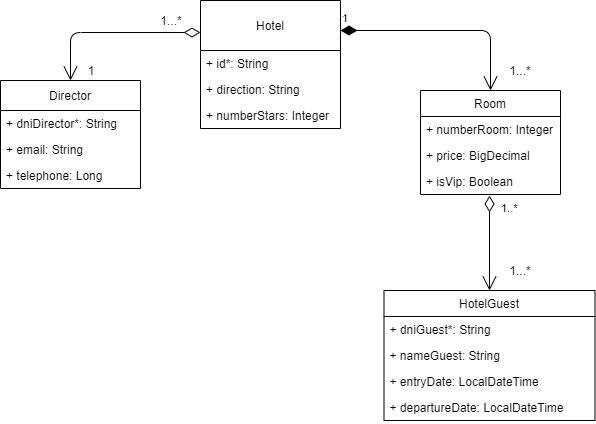
Above: docs/hotel.models.png in miw-upm/apaw-practice (draw.io), before the change. Source tidied: cells renumbered, new cells last; positions are measured from the earlier drawing's top-left corner, leaving out a move shared by most shapes.
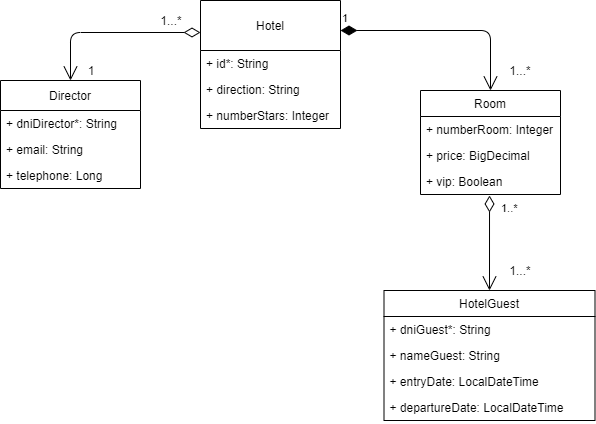
The same diagram one commit later.

Commit message:
Update Hotel UML #25

Change to the diagram source:
```diff
@@ -50,7 +50,7 @@
     <mxCell id="17" value="+ price: BigDecimal" style="text;strokeColor=none;fillColor=none;align=left;verticalAlign=top;spacingLeft=4;spacingRight=4;overflow=hidden;" parent="15" vertex="1">
       <mxGeometry y="52" width="140" height="26" as="geometry" />
     </mxCell>
-    <mxCell id="18" value="+ isVip: Boolean" style="text;strokeColor=none;fillColor=none;align=left;verticalAlign=top;spacingLeft=4;spacingRight=4;overflow=hidden;points=[[0,0.5],[1,0.5]];portConstraint=eastwest;" parent="15" vertex="1">
+    <mxCell id="18" value="+ vip: Boolean" style="text;strokeColor=none;fillColor=none;align=left;verticalAlign=top;spacingLeft=4;spacingRight=4;overflow=hidden;points=[[0,0.5],[1,0.5]];portConstraint=eastwest;" parent="15" vertex="1">
       <mxGeometry y="78" width="140" height="26" as="geometry" />
     </mxCell>
     <mxCell id="19" value="1...*" style="text;html=1;strokeColor=none;fillColor=none;align=center;verticalAlign=middle;whiteSpace=wrap;rounded=0;hachureGap=4;" parent="1" vertex="1">
```
